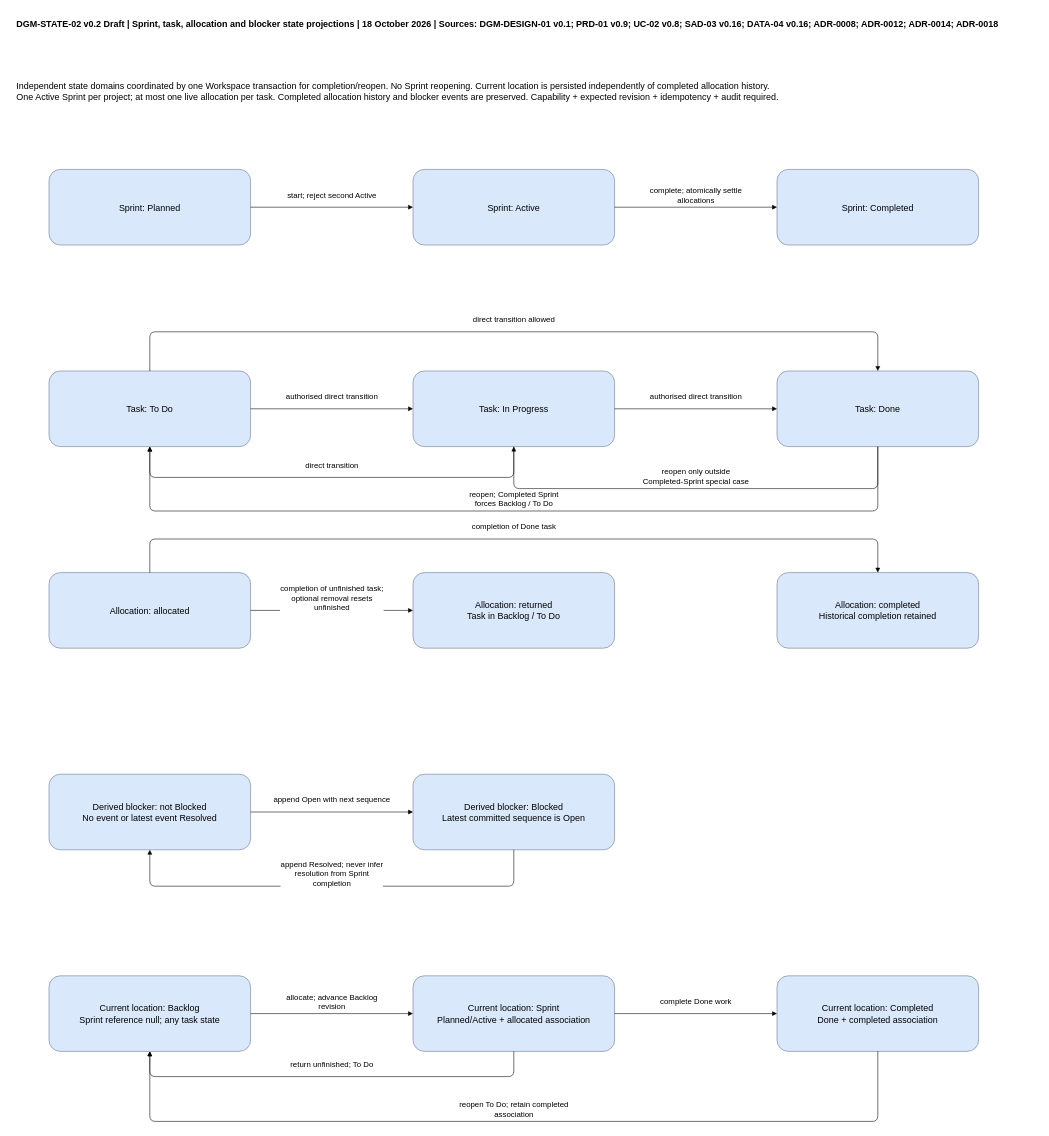
The draw.io diagram docs/sdlc/diagrams/state/sprint-task-allocation.drawio in 900M100CK/scrum-workspace-KMS-ai, before the edit. Source tidied: cells renumbered, new cells numbered last; positions are measured from the earlier drawing's top-left corner, leaving out a move shared by most shapes. Both pictures are drawn from the tidied source at 56%, with x=0, y=0 at pixel (10, 10).
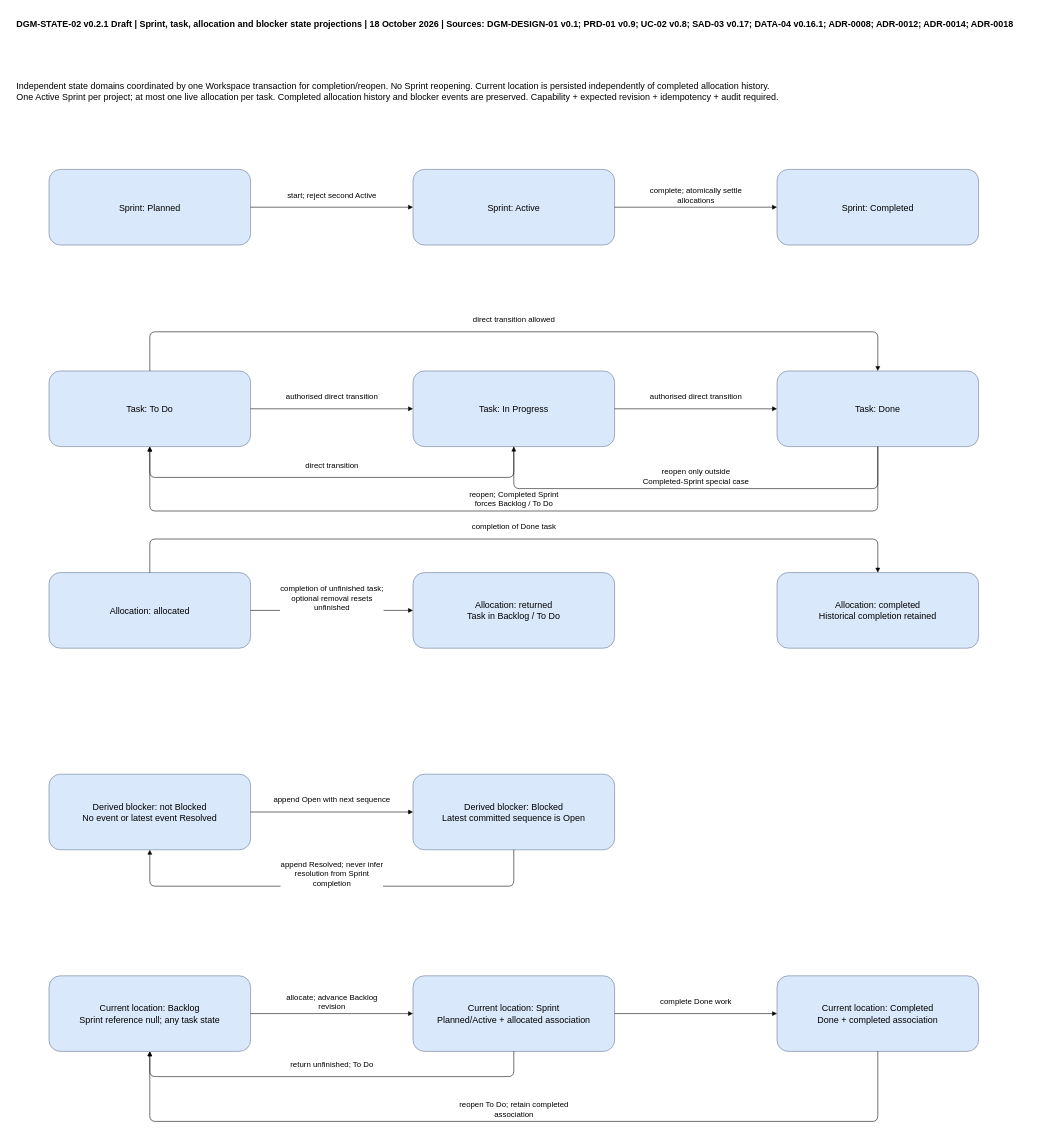
The same diagram, later.

Diff of the diagram source:
```diff
@@
-    <mxCell id="32" value="DGM-STATE-02 v0.2 Draft | Sprint, task, allocation and blocker state projections | 18 October 2026 | Sources: DGM-DESIGN-01 v0.1; PRD-01 v0.9; UC-02 v0.8; SAD-03 v0.16; DATA-04 v0.16; ADR-0008; ADR-0012; ADR-0014; ADR-0018" style="text;align=left;fontStyle=1;whiteSpace=wrap;html=1;fontSize=16;spacing=12;" parent="1" vertex="1">
+    <mxCell id="32" value="DGM-STATE-02 v0.2.1 Draft | Sprint, task, allocation and blocker state projections | 18 October 2026 | Sources: DGM-DESIGN-01 v0.1; PRD-01 v0.9; UC-02 v0.8; SAD-03 v0.17; DATA-04 v0.16.1; ADR-0008; ADR-0012; ADR-0014; ADR-0018" style="text;align=left;fontStyle=1;whiteSpace=wrap;html=1;fontSize=16;spacing=12;" parent="1" vertex="1">
       <mxGeometry width="1840" height="105" as="geometry" />
     </mxCell>
```
